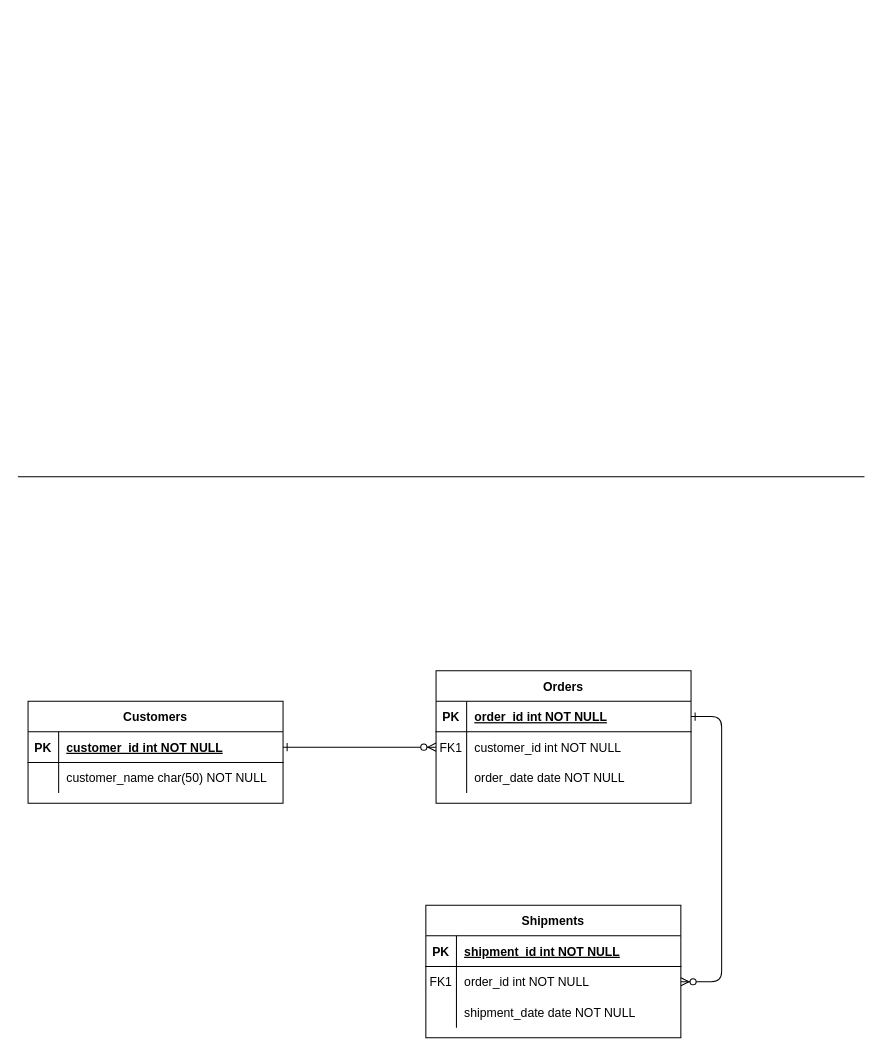
This is catchvdatabase.drawio from gangfunction/catchvbackend, a draw.io file, before an edit. Source tidied: cells renumbered, new cells numbered last; positions are measured from the earlier drawing's top-left corner, leaving out a move shared by most shapes. Both pictures are drawn from the tidied source at 102%, with x=0, y=0 at pixel (17, 476).
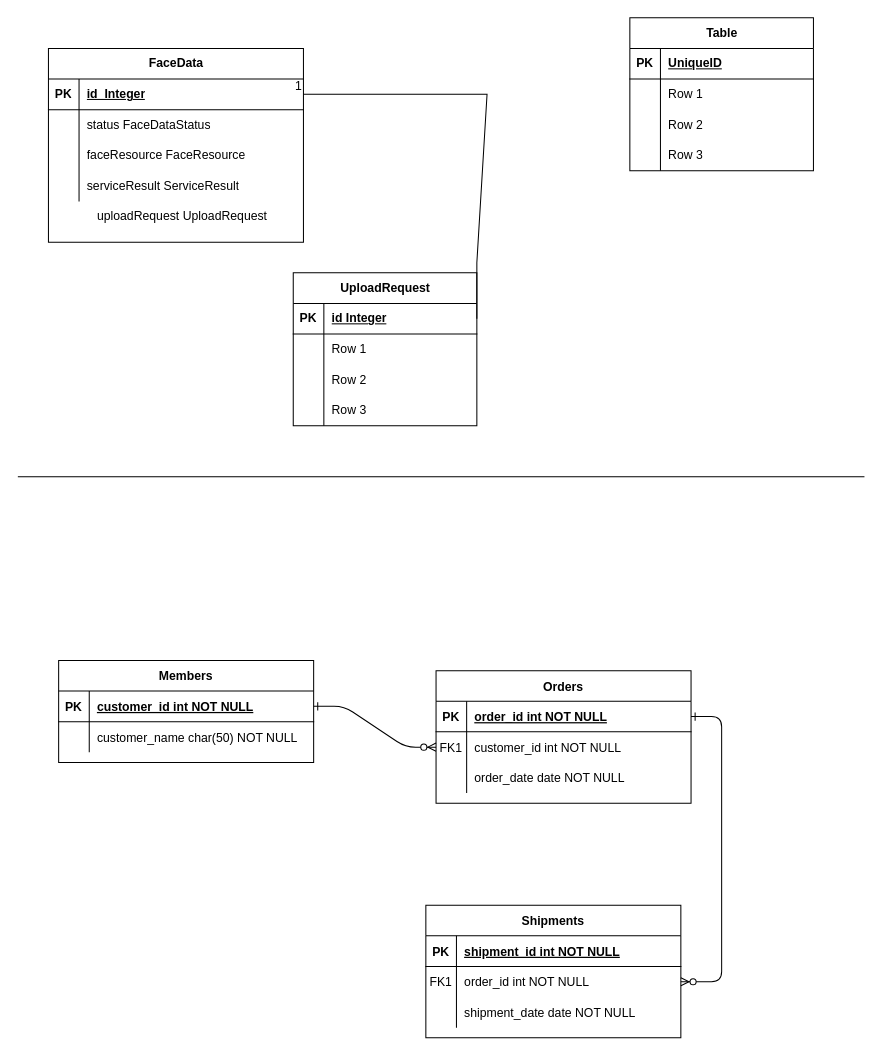
Above is the later version.

The edit, as a diff of the source:
```diff
@@
-    <mxCell id="24" value="Customers" style="shape=table;startSize=30;childLayout=tableLayout;rowLines=0;fontStyle=1;align=center;" parent="1" vertex="1">
-      <mxGeometry x="10" y="220" width="250" height="100" as="geometry" />
+    <mxCell id="24" value="Members" style="shape=table;startSize=30;childLayout=tableLayout;rowLines=0;fontStyle=1;align=center;" parent="1" vertex="1">
+      <mxGeometry x="40" y="180" width="250" height="100" as="geometry" />
     </mxCell>
@@
+    <mxCell id="32" value="FaceData" style="shape=table;startSize=30;childLayout=tableLayout;rowLines=0;fontStyle=1;align=center;html=1;" parent="1" vertex="1">
+      <mxGeometry x="30" y="-420" width="250" height="190" as="geometry" />
+    </mxCell>
+    <mxCell id="33" style="shape=tableRow;horizontal=0;startSize=0;swimlaneHead=0;swimlaneBody=0;fillColor=none;points=[[0,0.5],[1,0.5]];portConstraint=eastwest;top=0;left=0;right=0;bottom=1;" parent="32" vertex="1">
+      <mxGeometry y="30" width="250" height="30" as="geometry" />
+    </mxCell>
+    <mxCell id="34" value="PK" style="shape=partialRectangle;fillColor=none;top=0;left=0;bottom=0;right=0;fontStyle=1;overflow=hidden;whiteSpace=wrap;html=1;" parent="33" vertex="1">
+      <mxGeometry width="30" height="30" as="geometry" />
+    </mxCell>
+    <mxCell id="35" value="id&amp;nbsp; Integer" style="shape=partialRectangle;fillColor=none;top=0;left=0;bottom=0;right=0;align=left;spacingLeft=6;fontStyle=5;overflow=hidden;whiteSpace=wrap;html=1;" parent="33" vertex="1">
+      <mxGeometry x="30" width="220" height="30" as="geometry" />
+    </mxCell>
+    <mxCell id="36" style="shape=tableRow;horizontal=0;startSize=0;swimlaneHead=0;swimlaneBody=0;fillColor=none;top=0;left=0;right=0;bottom=0;" parent="32" vertex="1">
+      <mxGeometry y="60" width="250" height="30" as="geometry" />
+    </mxCell>
+    <mxCell id="37" style="shape=partialRectangle;fillColor=none;top=0;left=0;bottom=0;right=0;overflow=hidden;whiteSpace=wrap;html=1;" parent="36" vertex="1">
+      <mxGeometry width="30" height="30" as="geometry" />
+    </mxCell>
+    <mxCell id="38" value="status FaceDataStatus" style="shape=partialRectangle;fillColor=none;top=0;left=0;bottom=0;right=0;align=left;spacingLeft=6;overflow=hidden;whiteSpace=wrap;html=1;" parent="36" vertex="1">
+      <mxGeometry x="30" width="220" height="30" as="geometry" />
+    </mxCell>
+    <mxCell id="39" style="shape=tableRow;horizontal=0;startSize=0;swimlaneHead=0;swimlaneBody=0;fillColor=none;top=0;left=0;right=0;bottom=0;" parent="32" vertex="1">
+      <mxGeometry y="90" width="250" height="30" as="geometry" />
+    </mxCell>
+    <mxCell id="40" style="shape=partialRectangle;fillColor=none;top=0;left=0;bottom=0;right=0;overflow=hidden;whiteSpace=wrap;html=1;" parent="39" vertex="1">
+      <mxGeometry width="30" height="30" as="geometry" />
+    </mxCell>
+    <mxCell id="41" value="faceResource FaceResource" style="shape=partialRectangle;fillColor=none;top=0;left=0;bottom=0;right=0;align=left;spacingLeft=6;overflow=hidden;whiteSpace=wrap;html=1;" parent="39" vertex="1">
+      <mxGeometry x="30" width="220" height="30" as="geometry" />
+    </mxCell>
+    <mxCell id="42" style="shape=tableRow;horizontal=0;startSize=0;swimlaneHead=0;swimlaneBody=0;fillColor=none;top=0;left=0;right=0;bottom=0;" parent="32" vertex="1">
+      <mxGeometry y="120" width="250" height="30" as="geometry" />
+    </mxCell>
+    <mxCell id="43" style="shape=partialRectangle;fillColor=none;top=0;left=0;bottom=0;right=0;overflow=hidden;whiteSpace=wrap;html=1;" parent="42" vertex="1">
+      <mxGeometry width="30" height="30" as="geometry" />
+    </mxCell>
+    <mxCell id="44" value="serviceResult ServiceResult" style="shape=partialRectangle;fillColor=none;top=0;left=0;bottom=0;right=0;align=left;spacingLeft=6;overflow=hidden;whiteSpace=wrap;html=1;" parent="42" vertex="1">
+      <mxGeometry x="30" width="220" height="30" as="geometry" />
+    </mxCell>
+    <mxCell id="45" value="UploadRequest" style="shape=table;startSize=30;childLayout=tableLayout;rowLines=0;fontStyle=1;align=center;html=1;" parent="1" vertex="1">
+      <mxGeometry x="270" y="-200" width="180" height="150" as="geometry" />
+    </mxCell>
+    <mxCell id="46" style="shape=tableRow;horizontal=0;startSize=0;swimlaneHead=0;swimlaneBody=0;fillColor=none;points=[[0,0.5],[1,0.5]];portConstraint=eastwest;top=0;left=0;right=0;bottom=1;" parent="45" vertex="1">
+      <mxGeometry y="30" width="180" height="30" as="geometry" />
+    </mxCell>
+    <mxCell id="47" value="PK" style="shape=partialRectangle;fillColor=none;top=0;left=0;bottom=0;right=0;fontStyle=1;overflow=hidden;whiteSpace=wrap;html=1;" parent="46" vertex="1">
+      <mxGeometry width="30" height="30" as="geometry" />
+    </mxCell>
+    <mxCell id="48" value="id Integer" style="shape=partialRectangle;fillColor=none;top=0;left=0;bottom=0;right=0;align=left;spacingLeft=6;fontStyle=5;overflow=hidden;whiteSpace=wrap;html=1;" parent="46" vertex="1">
+      <mxGeometry x="30" width="150" height="30" as="geometry" />
+    </mxCell>
+    <mxCell id="49" style="shape=tableRow;horizontal=0;startSize=0;swimlaneHead=0;swimlaneBody=0;fillColor=none;top=0;left=0;right=0;bottom=0;" parent="45" vertex="1">
+      <mxGeometry y="60" width="180" height="30" as="geometry" />
+    </mxCell>
+    <mxCell id="50" style="shape=partialRectangle;fillColor=none;top=0;left=0;bottom=0;right=0;overflow=hidden;whiteSpace=wrap;html=1;" parent="49" vertex="1">
+      <mxGeometry width="30" height="30" as="geometry" />
+    </mxCell>
+    <mxCell id="51" value="Row 1" style="shape=partialRectangle;fillColor=none;top=0;left=0;bottom=0;right=0;align=left;spacingLeft=6;overflow=hidden;whiteSpace=wrap;html=1;" parent="49" vertex="1">
+      <mxGeometry x="30" width="150" height="30" as="geometry" />
+    </mxCell>
+    <mxCell id="52" style="shape=tableRow;horizontal=0;startSize=0;swimlaneHead=0;swimlaneBody=0;fillColor=none;top=0;left=0;right=0;bottom=0;" parent="45" vertex="1">
+      <mxGeometry y="90" width="180" height="30" as="geometry" />
+    </mxCell>
+    <mxCell id="53" style="shape=partialRectangle;fillColor=none;top=0;left=0;bottom=0;right=0;overflow=hidden;whiteSpace=wrap;html=1;" parent="52" vertex="1">
+      <mxGeometry width="30" height="30" as="geometry" />
+    </mxCell>
+    <mxCell id="54" value="Row 2" style="shape=partialRectangle;fillColor=none;top=0;left=0;bottom=0;right=0;align=left;spacingLeft=6;overflow=hidden;whiteSpace=wrap;html=1;" parent="52" vertex="1">
+      <mxGeometry x="30" width="150" height="30" as="geometry" />
+    </mxCell>
+    <mxCell id="55" style="shape=tableRow;horizontal=0;startSize=0;swimlaneHead=0;swimlaneBody=0;fillColor=none;top=0;left=0;right=0;bottom=0;" parent="45" vertex="1">
+      <mxGeometry y="120" width="180" height="30" as="geometry" />
+    </mxCell>
+    <mxCell id="56" style="shape=partialRectangle;fillColor=none;top=0;left=0;bottom=0;right=0;overflow=hidden;whiteSpace=wrap;html=1;" parent="55" vertex="1">
+      <mxGeometry width="30" height="30" as="geometry" />
+    </mxCell>
+    <mxCell id="57" value="Row 3" style="shape=partialRectangle;fillColor=none;top=0;left=0;bottom=0;right=0;align=left;spacingLeft=6;overflow=hidden;whiteSpace=wrap;html=1;" parent="55" vertex="1">
+      <mxGeometry x="30" width="150" height="30" as="geometry" />
+    </mxCell>
+    <mxCell id="58" value="Table" style="shape=table;startSize=30;childLayout=tableLayout;rowLines=0;fontStyle=1;align=center;html=1;" parent="1" vertex="1">
+      <mxGeometry x="600" y="-450" width="180" height="150" as="geometry" />
+    </mxCell>
+    <mxCell id="59" style="shape=tableRow;horizontal=0;startSize=0;swimlaneHead=0;swimlaneBody=0;fillColor=none;top=0;left=0;right=0;bottom=1;" parent="58" vertex="1">
+      <mxGeometry y="30" width="180" height="30" as="geometry" />
+    </mxCell>
+    <mxCell id="60" value="PK" style="shape=partialRectangle;fillColor=none;top=0;left=0;bottom=0;right=0;fontStyle=1;overflow=hidden;whiteSpace=wrap;html=1;" parent="59" vertex="1">
+      <mxGeometry width="30" height="30" as="geometry" />
+    </mxCell>
+    <mxCell id="61" value="UniqueID" style="shape=partialRectangle;fillColor=none;top=0;left=0;bottom=0;right=0;align=left;spacingLeft=6;fontStyle=5;overflow=hidden;whiteSpace=wrap;html=1;" parent="59" vertex="1">
+      <mxGeometry x="30" width="150" height="30" as="geometry" />
+    </mxCell>
+    <mxCell id="62" style="shape=tableRow;horizontal=0;startSize=0;swimlaneHead=0;swimlaneBody=0;fillColor=none;top=0;left=0;right=0;bottom=0;" parent="58" vertex="1">
+      <mxGeometry y="60" width="180" height="30" as="geometry" />
+    </mxCell>
+    <mxCell id="63" style="shape=partialRectangle;fillColor=none;top=0;left=0;bottom=0;right=0;overflow=hidden;whiteSpace=wrap;html=1;" parent="62" vertex="1">
+      <mxGeometry width="30" height="30" as="geometry" />
+    </mxCell>
+    <mxCell id="64" value="Row 1" style="shape=partialRectangle;fillColor=none;top=0;left=0;bottom=0;right=0;align=left;spacingLeft=6;overflow=hidden;whiteSpace=wrap;html=1;" parent="62" vertex="1">
+      <mxGeometry x="30" width="150" height="30" as="geometry" />
+    </mxCell>
+    <mxCell id="65" style="shape=tableRow;horizontal=0;startSize=0;swimlaneHead=0;swimlaneBody=0;fillColor=none;top=0;left=0;right=0;bottom=0;" parent="58" vertex="1">
+      <mxGeometry y="90" width="180" height="30" as="geometry" />
+    </mxCell>
+    <mxCell id="66" style="shape=partialRectangle;fillColor=none;top=0;left=0;bottom=0;right=0;overflow=hidden;whiteSpace=wrap;html=1;" parent="65" vertex="1">
+      <mxGeometry width="30" height="30" as="geometry" />
+    </mxCell>
+    <mxCell id="67" value="Row 2" style="shape=partialRectangle;fillColor=none;top=0;left=0;bottom=0;right=0;align=left;spacingLeft=6;overflow=hidden;whiteSpace=wrap;html=1;" parent="65" vertex="1">
+      <mxGeometry x="30" width="150" height="30" as="geometry" />
+    </mxCell>
+    <mxCell id="68" style="shape=tableRow;horizontal=0;startSize=0;swimlaneHead=0;swimlaneBody=0;fillColor=none;top=0;left=0;right=0;bottom=0;" parent="58" vertex="1">
+      <mxGeometry y="120" width="180" height="30" as="geometry" />
+    </mxCell>
+    <mxCell id="69" style="shape=partialRectangle;fillColor=none;top=0;left=0;bottom=0;right=0;overflow=hidden;whiteSpace=wrap;html=1;" parent="68" vertex="1">
+      <mxGeometry width="30" height="30" as="geometry" />
+    </mxCell>
+    <mxCell id="70" value="Row 3" style="shape=partialRectangle;fillColor=none;top=0;left=0;bottom=0;right=0;align=left;spacingLeft=6;overflow=hidden;whiteSpace=wrap;html=1;" parent="68" vertex="1">
+      <mxGeometry x="30" width="150" height="30" as="geometry" />
+    </mxCell>
+    <mxCell id="71" value="uploadRequest UploadRequest" style="shape=partialRectangle;fillColor=none;top=0;left=0;bottom=0;right=0;align=left;spacingLeft=6;overflow=hidden;whiteSpace=wrap;html=1;" parent="1" vertex="1">
+      <mxGeometry x="70" y="-270" width="220" height="30" as="geometry" />
+    </mxCell>
+    <mxCell id="72" style="endArrow=none;html=1;rounded=0;exitX=1;exitY=0.5;exitDx=0;exitDy=0;entryX=1;entryY=0.5;entryDx=0;entryDy=0;" parent="1" edge="1" source="46" target="33">
+      <mxGeometry relative="1" as="geometry">
+        <Array as="points">
+          <mxPoint x="450" y="-210" />
+          <mxPoint x="460" y="-375" />
+        </Array>
+      </mxGeometry>
+    </mxCell>
+    <mxCell id="73" value="1" style="html=1;whiteSpace=wrap;align=right;verticalAlign=bottom;" parent="72" vertex="1">
+      <mxGeometry x="1" relative="1" as="geometry" />
+    </mxCell>
```
